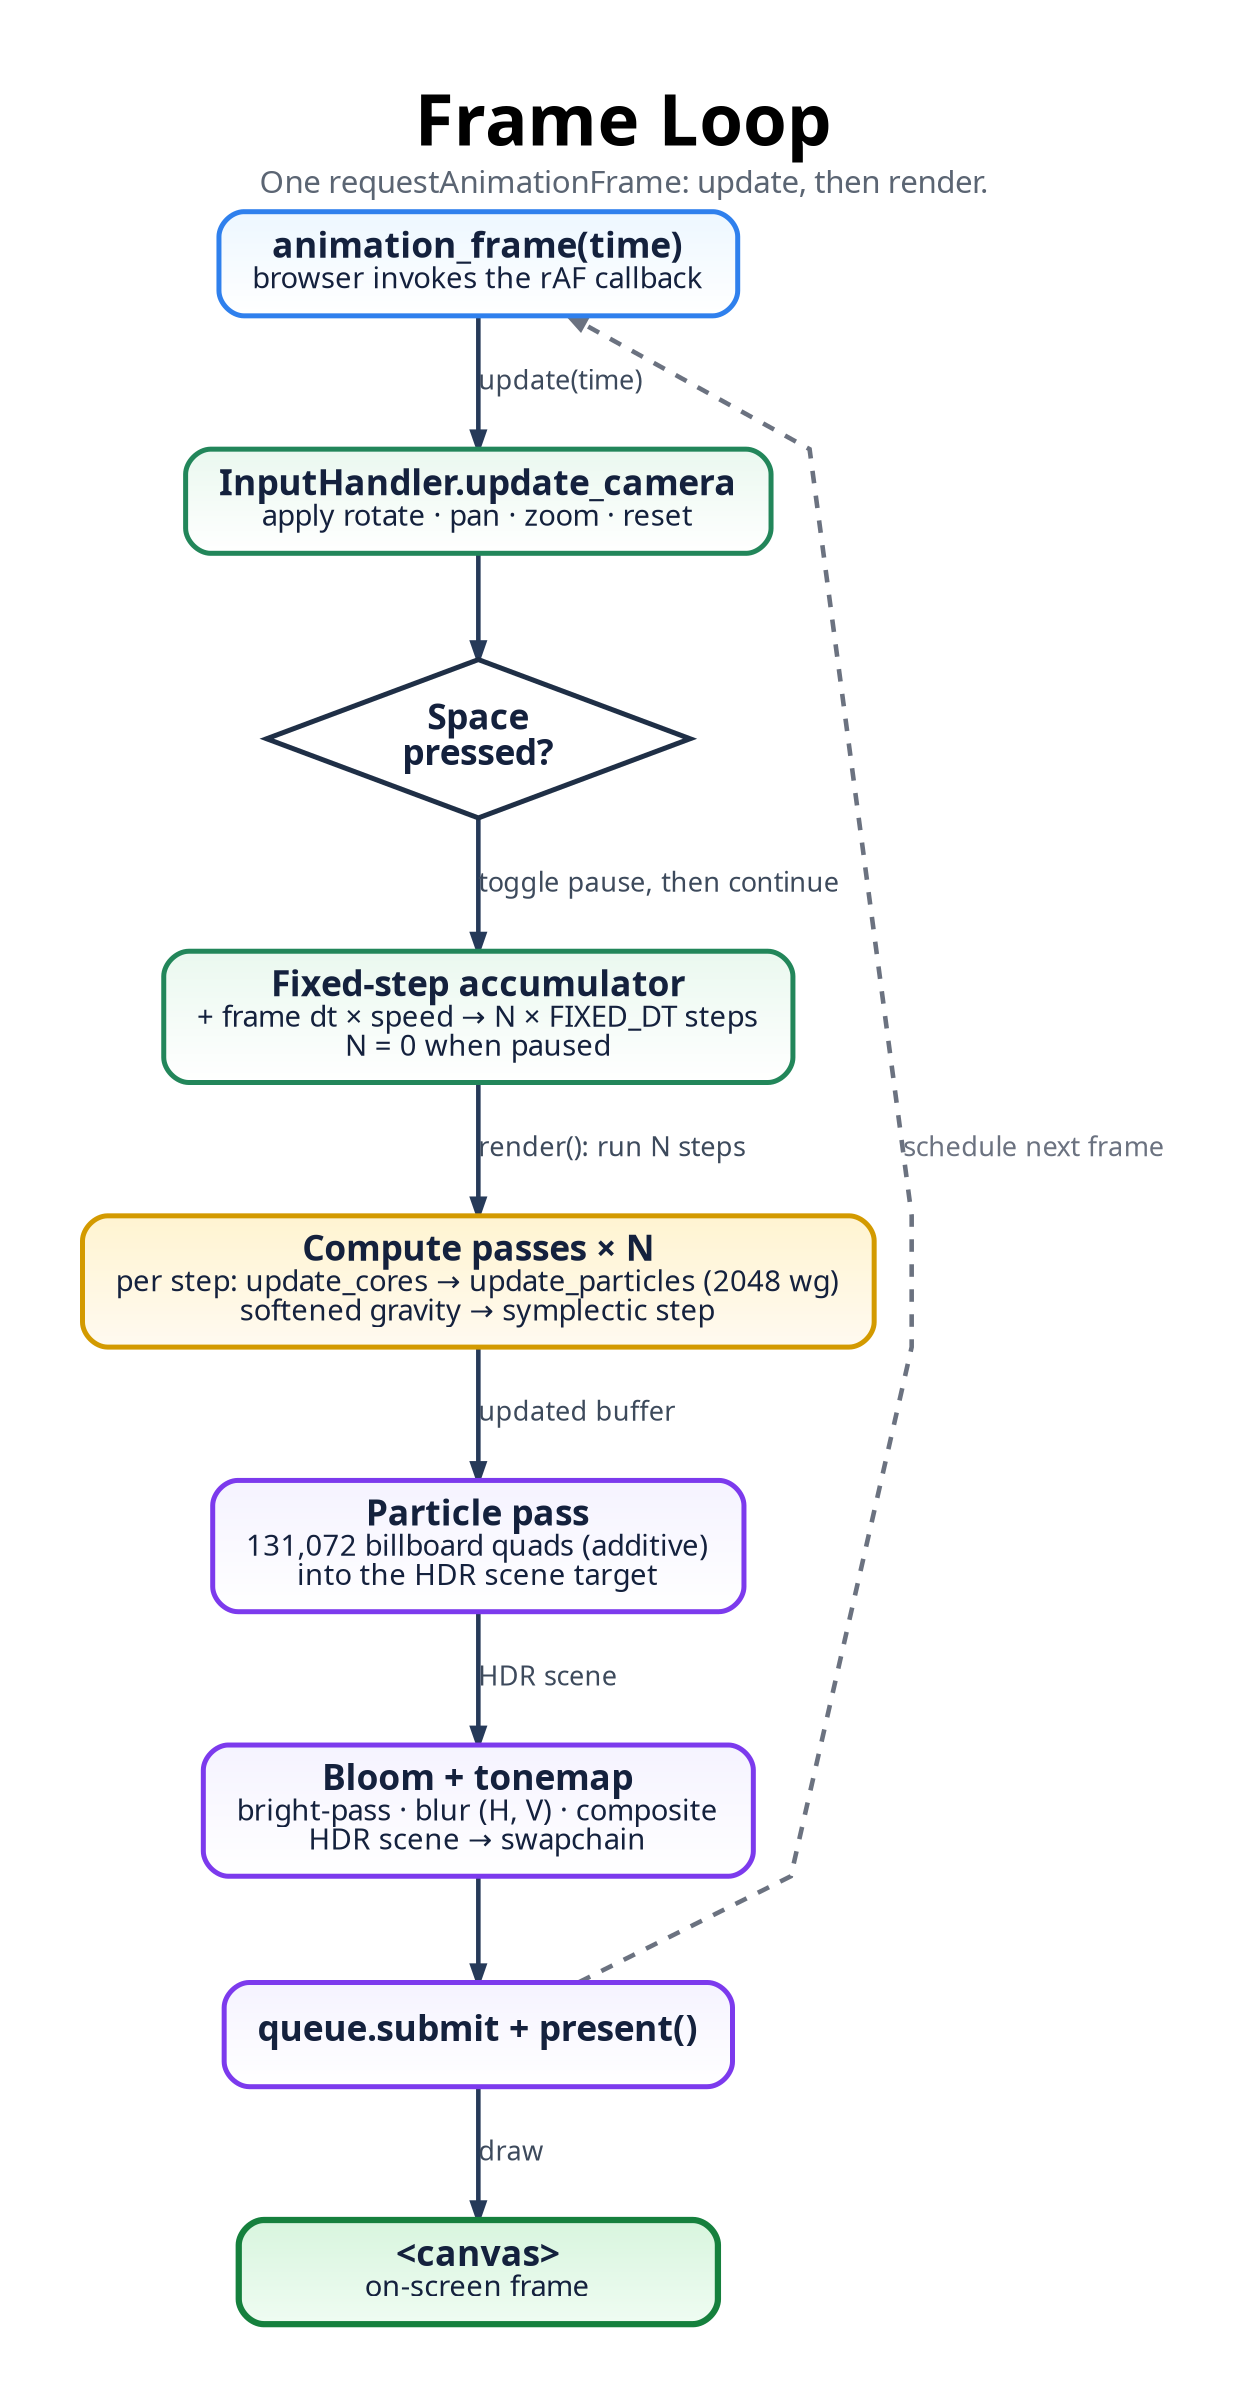
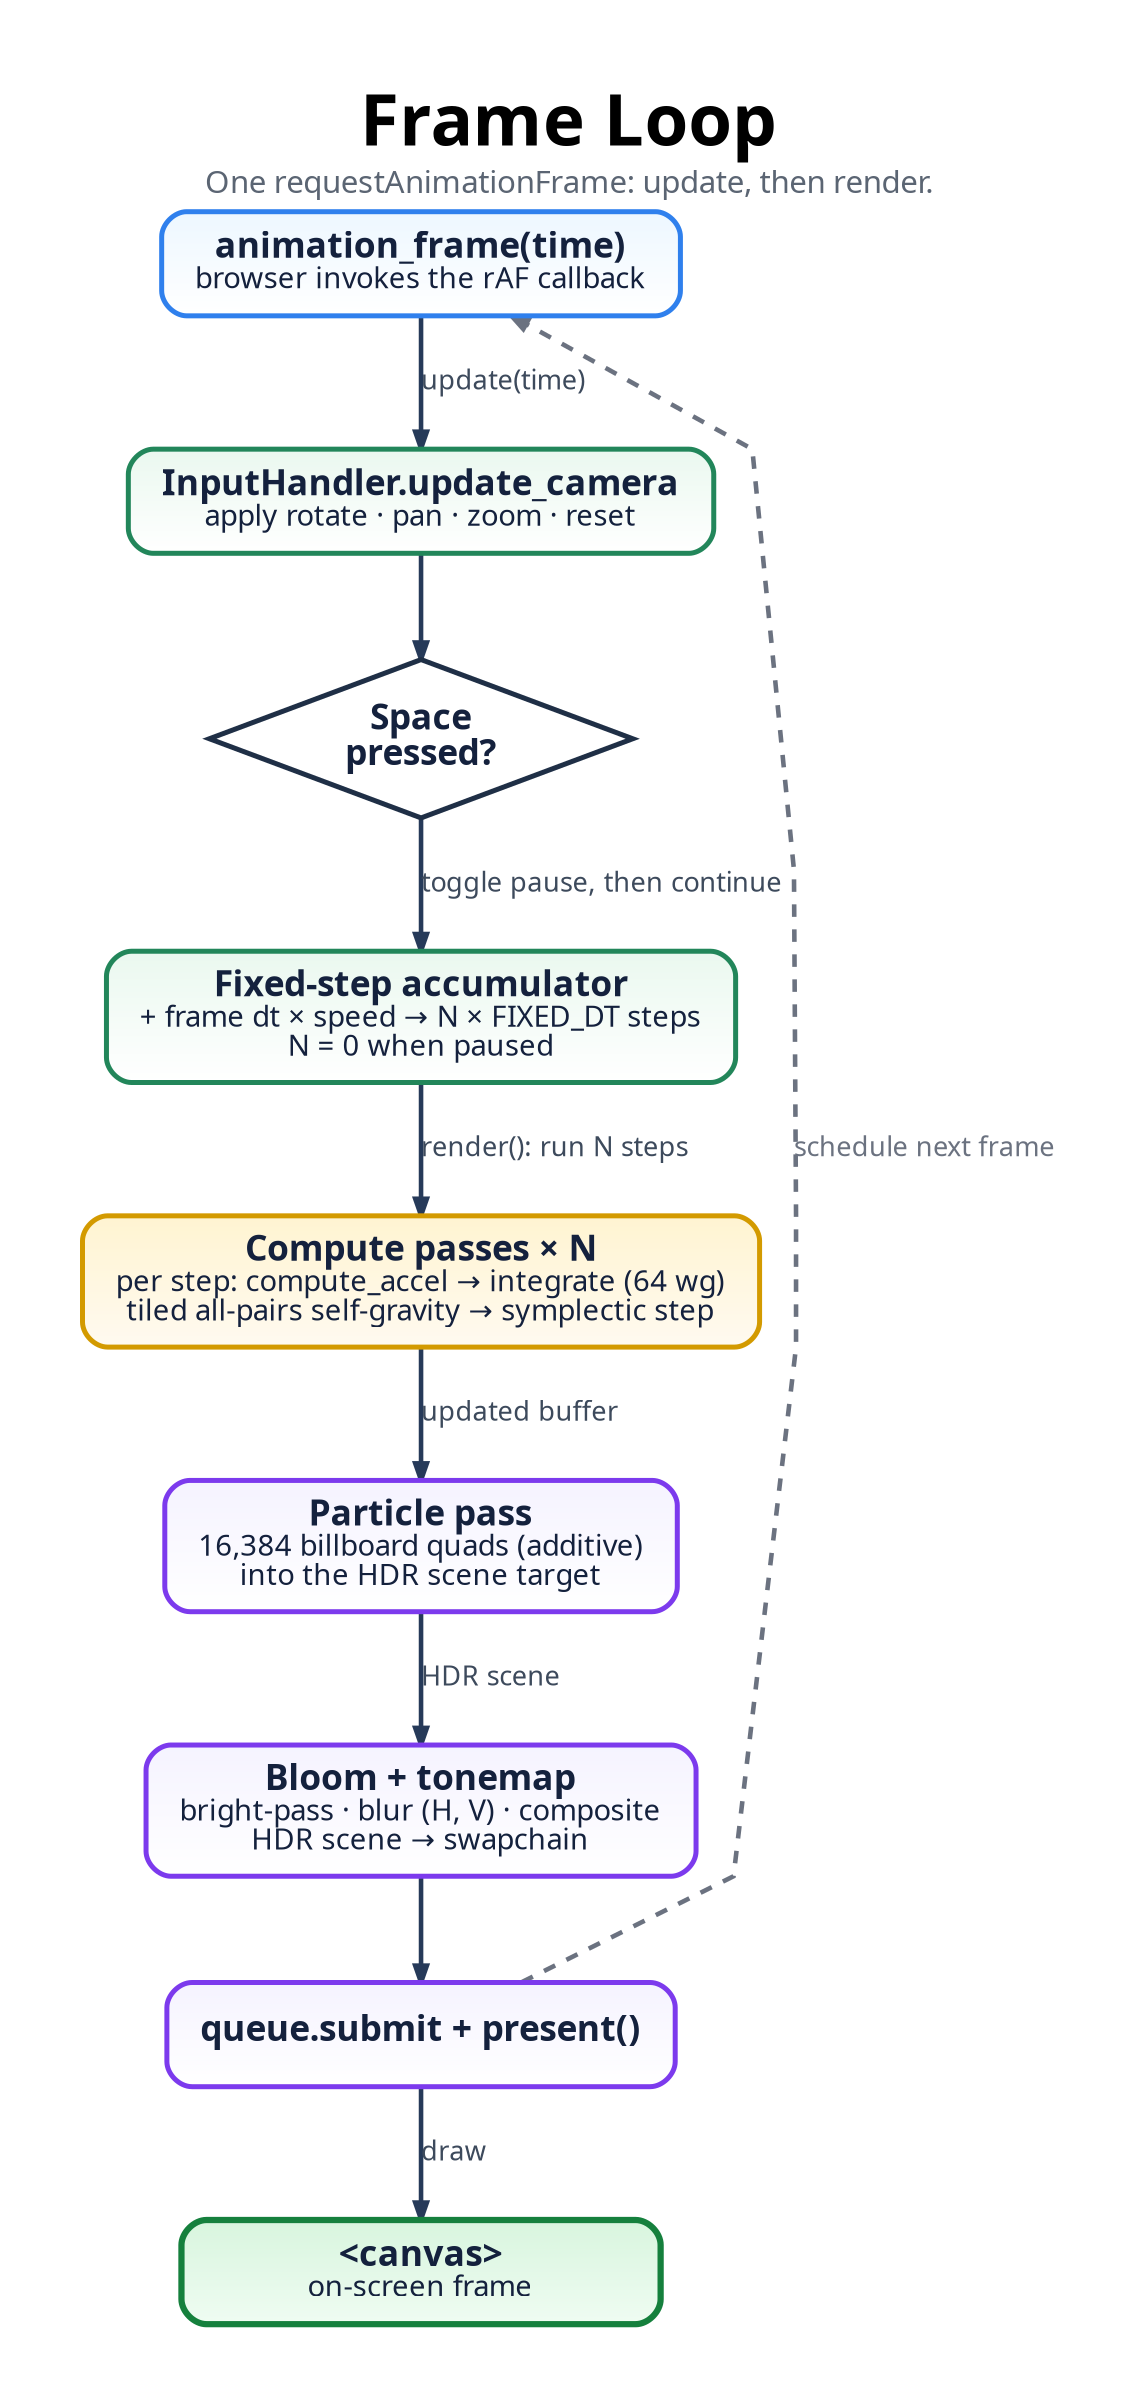
digraph FrameLoop {
  graph [
    rankdir=TB,
    bgcolor="#ffffff",
    pad="0.55",
    nodesep="0.5",
    ranksep="0.7",
    splines=polyline,
    outputorder=edgesfirst,
    newrank=true,
    forcelabels=true,
    fontname="Avenir",
    label=<
      <TABLE BORDER="0" CELLBORDER="0" CELLSPACING="0" CELLPADDING="0">
        <TR><TD><FONT POINT-SIZE="34"><B>Frame Loop</B></FONT></TD></TR>
        <TR><TD><FONT POINT-SIZE="15" COLOR="#5b6573">One requestAnimationFrame: update, then render.</FONT></TD></TR>
      </TABLE>
    >,
    labelloc=t,
    labeljust=c
  ];

  node [
    shape=box,
    style="rounded,filled",
    margin="0.22,0.13",
    width=3.2,
    height=0.7,
    fontname="Avenir",
    fontsize=17,
    penwidth=2.4,
    fontcolor="#14213d",
    color="#2264c7",
    fillcolor="#eaf3ff:#ffffff",
    gradientangle=270
  ];

  edge [
    color="#263a59",
    fontname="Avenir",
    fontsize=13,
    fontcolor="#3d4a5c",
    penwidth=2.2,
    arrowsize=0.8
  ];

  START [label=<<B>animation_frame(time)</B><BR/><FONT POINT-SIZE="14">browser invokes the rAF callback</FONT>>, fillcolor="#edf7ff:#ffffff", color="#2f80ed"];

  // update phase (green)
  U1 [label=<<B>InputHandler.update_camera</B><BR/><FONT POINT-SIZE="14">apply rotate · pan · zoom · reset</FONT>>, fillcolor="#eaf8ef:#ffffff", color="#22865a"];
  U2 [shape=diamond, style=filled, fillcolor="#ffffff", color="#1f2f46", penwidth=2.4, width=2.4, height=1.05, label=<<B>Space<BR/>pressed?</B>>];
  U3 [label=<<B>Fixed-step accumulator</B><BR/><FONT POINT-SIZE="14">+ frame dt × speed → N × FIXED_DT steps<BR/>N = 0 when paused</FONT>>, fillcolor="#eaf8ef:#ffffff", color="#22865a"];

  // render phase
-   CP [label=<<B>Compute passes × N</B><BR/><FONT POINT-SIZE="14">per step: update_cores → update_particles (2048 wg)<BR/>softened gravity → symplectic step</FONT>>, fillcolor="#fff4d1:#fffaf0", color="#d39a00"];
-   RP [label=<<B>Particle pass</B><BR/><FONT POINT-SIZE="14">131,072 billboard quads (additive)<BR/>into the HDR scene target</FONT>>, fillcolor="#f5f3ff:#ffffff", color="#7c3aed"];
+   CP [label=<<B>Compute passes × N</B><BR/><FONT POINT-SIZE="14">per step: compute_accel → integrate (64 wg)<BR/>tiled all-pairs self-gravity → symplectic step</FONT>>, fillcolor="#fff4d1:#fffaf0", color="#d39a00"];
+   RP [label=<<B>Particle pass</B><BR/><FONT POINT-SIZE="14">16,384 billboard quads (additive)<BR/>into the HDR scene target</FONT>>, fillcolor="#f5f3ff:#ffffff", color="#7c3aed"];
  BLOOM [label=<<B>Bloom + tonemap</B><BR/><FONT POINT-SIZE="14">bright-pass · blur (H, V) · composite<BR/>HDR scene → swapchain</FONT>>, fillcolor="#f5f3ff:#ffffff", color="#7c3aed"];
  PRES [label=<<B>queue.submit + present()</B>>, fillcolor="#f5f3ff:#ffffff", color="#7c3aed"];

  CANVAS [label=<<B>&lt;canvas&gt;</B><BR/><FONT POINT-SIZE="14">on-screen frame</FONT>>, fillcolor="#d8f5de:#effcf2", color="#15803d", penwidth=3.0];

  START -> U1 [label="update(time)"];
  U1 -> U2;
  U2 -> U3 [label="toggle pause, then continue"];
  U3 -> CP [label="render(): run N steps"];
  CP -> RP [label="updated buffer"];
  RP -> BLOOM [label="HDR scene"];
  BLOOM -> PRES;
  PRES -> CANVAS [label="draw"];

  PRES -> START [label="schedule next frame", color="#6b7280", fontcolor="#6b7280", style=dashed, constraint=false];
}
